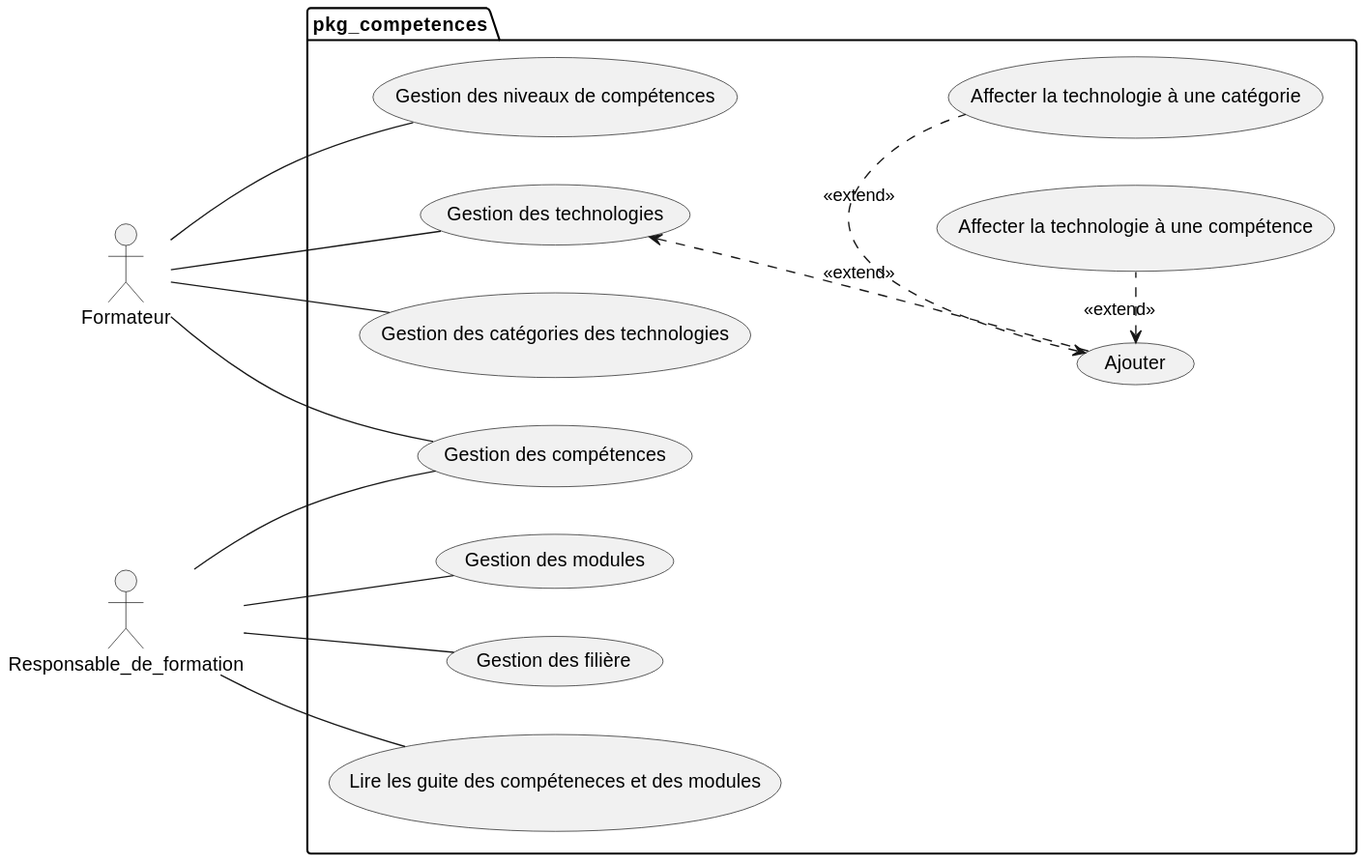
Earlier version of the PlantUML export docs/pkg_competences/Branche-fonctionnelle/images/uses_cases_pkg_competences.svg (solicoders/soli-lms).
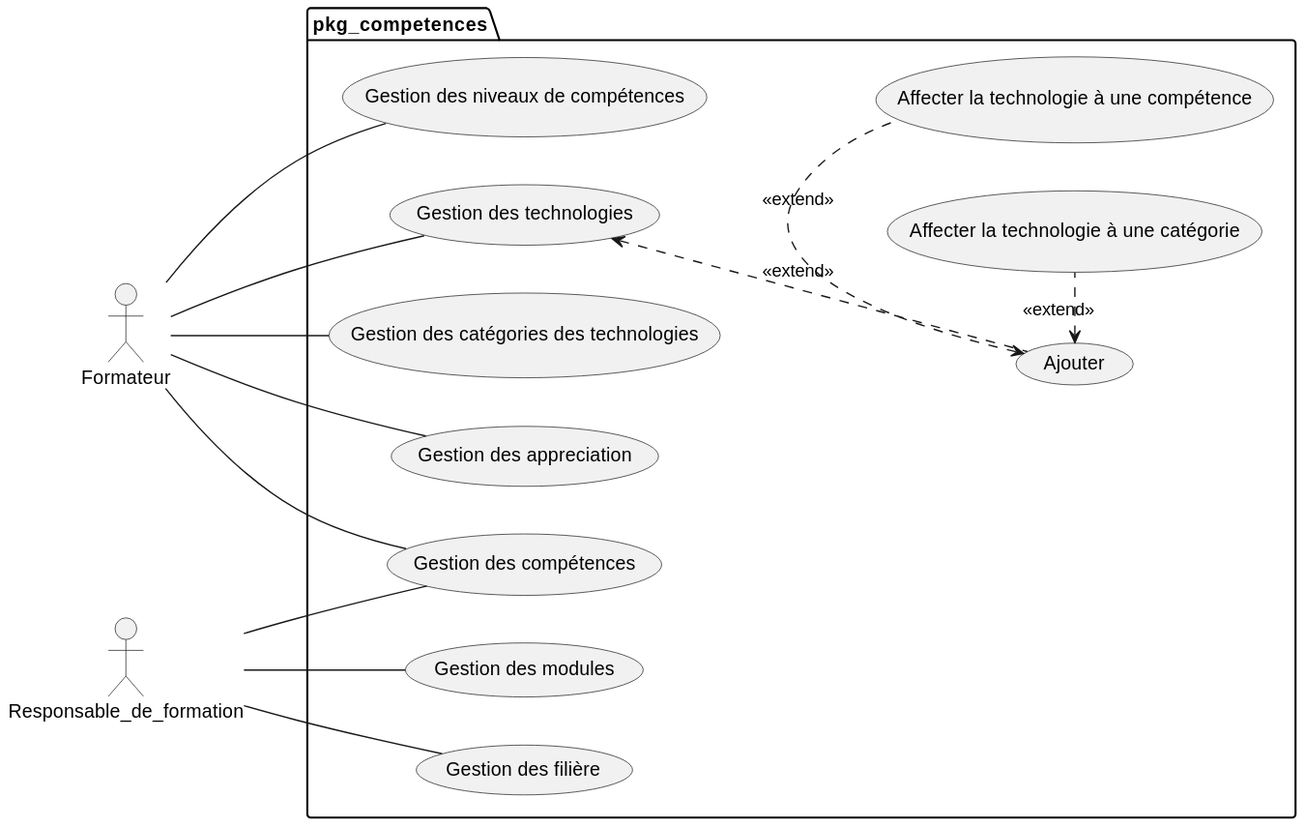
After the change.

Change to the diagram source:
```diff
@@ -7,15 +7,17 @@
 
 package pkg_competences {
 
-  formateur --  (Gestion des compétences)
+
   formateur --  (Gestion des niveaux de compétences)
   formateur --  (Gestion des technologies)
   formateur --  (Gestion des catégories des technologies)
+  formateur --  (Gestion des appreciation)
+  formateur --  (Gestion des compétences)
 
   Responsable_de_formation --  (Gestion des compétences)
   Responsable_de_formation --  (Gestion des modules)
   Responsable_de_formation --  (Gestion des filière)
-  Responsable_de_formation --  (Lire les guite des compéteneces et des modules)
+
 
 
   (Gestion des technologies) <..  (Ajouter) : <<extend>>
```
